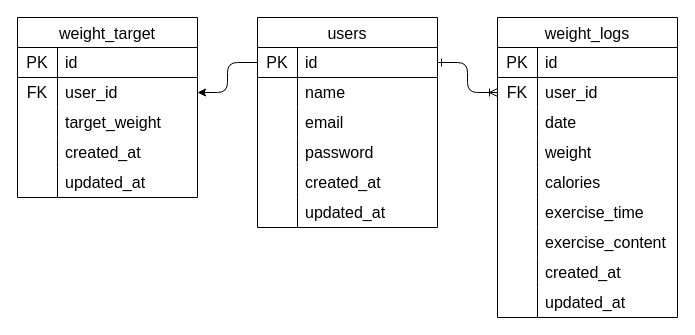
Before: .dio in sub-law/pigly, a draw.io diagram. Source tidied: cells renumbered, new cells numbered last; positions are measured from the earlier drawing's top-left corner, leaving out a move shared by most shapes. Both pictures are drawn from the tidied source at 100%, with x=0, y=0 at pixel (17, 17).
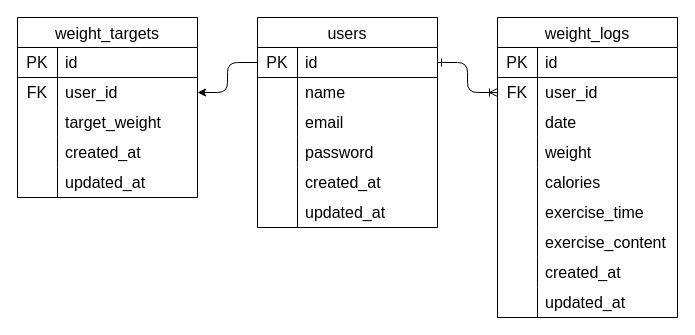
The same page after the edit.

Change to the diagram source:
```diff
@@
-    <mxCell id="2" value="weight_target" style="shape=table;startSize=30;childLayout=tableLayout;rowLines=0;fontStyle=0;strokeColor=default;fontSize=16;" parent="1" vertex="1">
+    <mxCell id="2" value="weight_targets" style="shape=table;startSize=30;childLayout=tableLayout;rowLines=0;fontStyle=0;strokeColor=default;fontSize=16;" parent="1" vertex="1">
       <mxGeometry width="180" height="180" as="geometry" />
     </mxCell>
```
